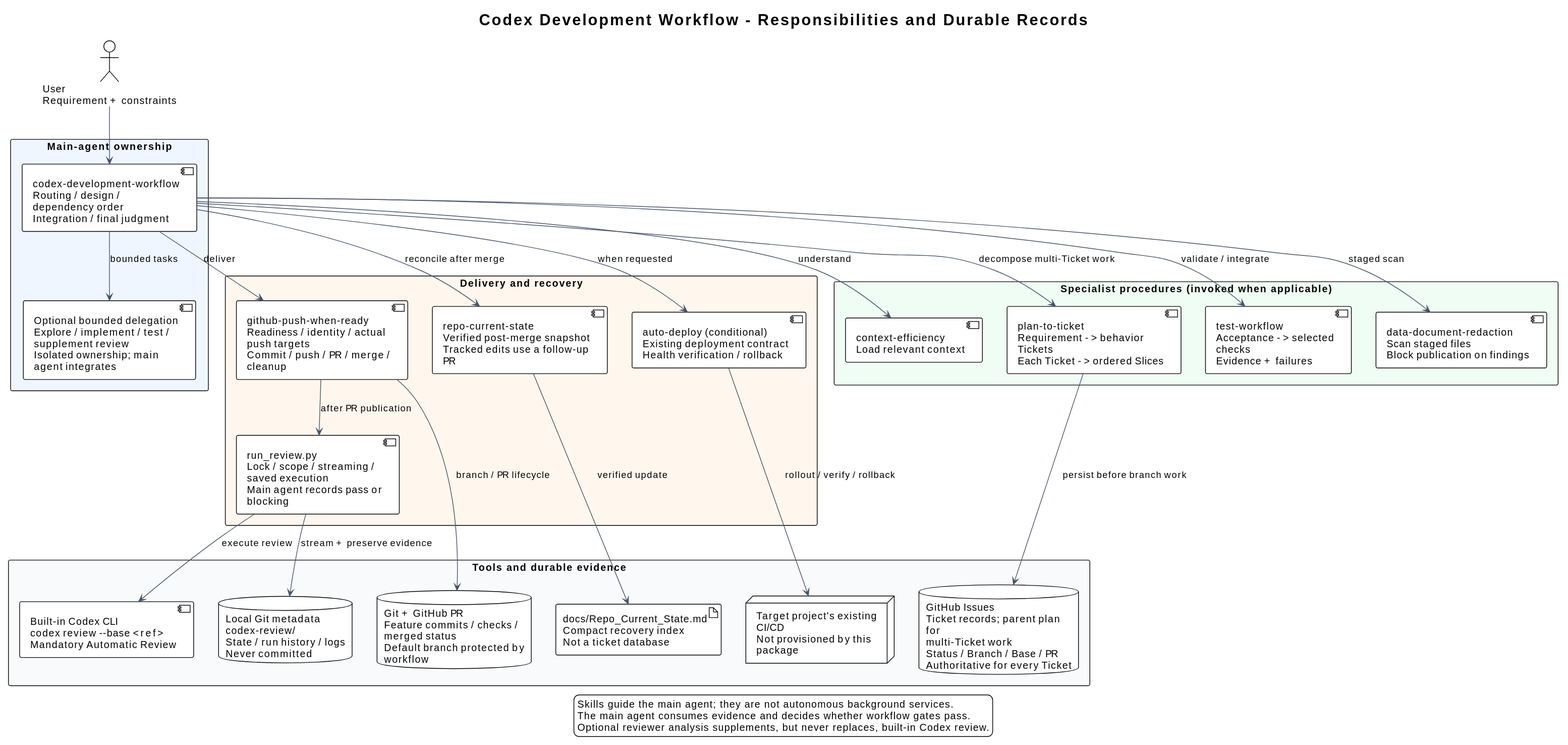
i-zrhe2016/codex-development-workflow keeps this PlantUML diagram as docs/diagrams/components.svg. Above is the earlier version.
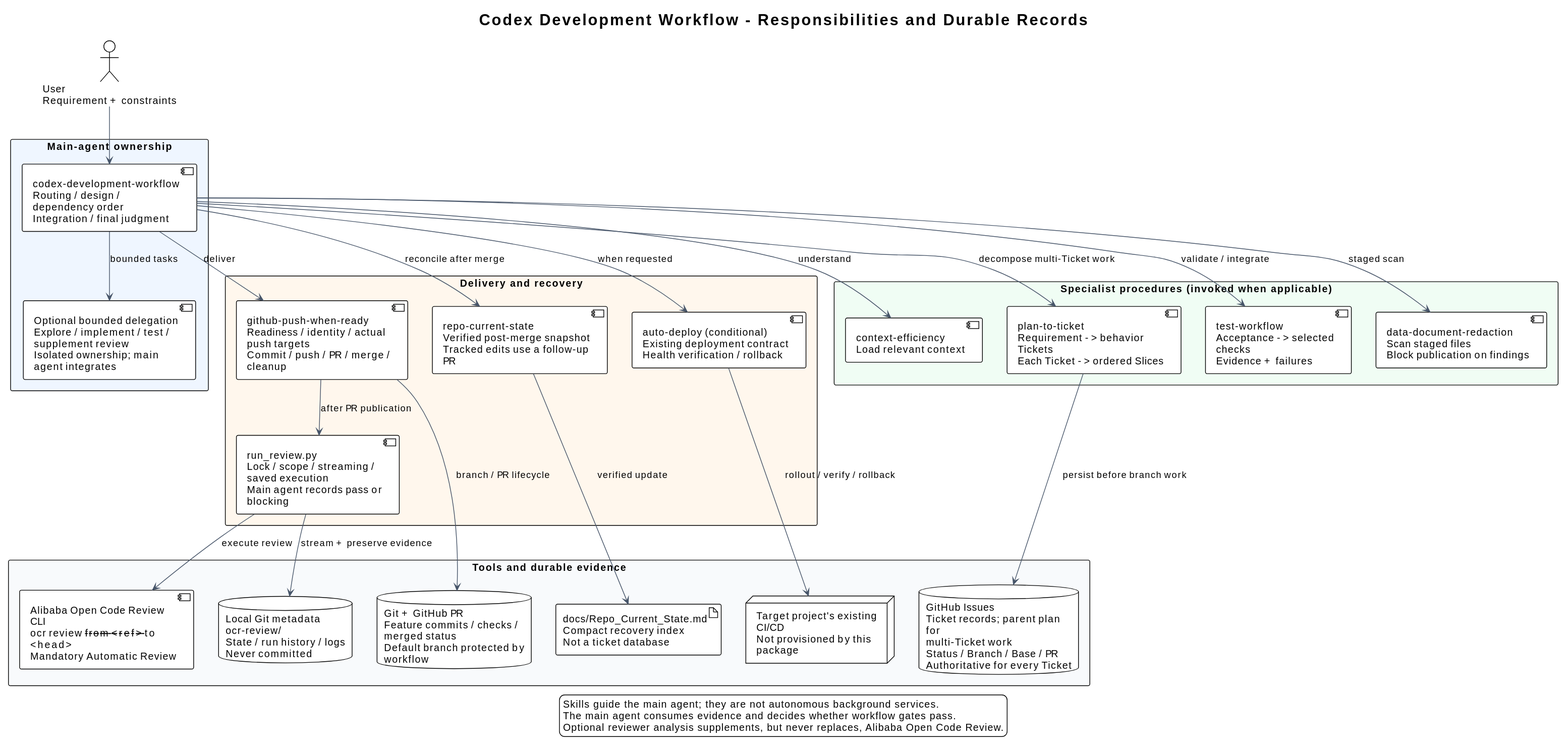
Above is the later version.

The edit, as a diff of the source:
```diff
@@ -28,8 +28,8 @@
 package "Tools and durable evidence" #F8FAFC {
   database "GitHub Issues\nTicket records; parent plan for\nmulti-Ticket work\nStatus / Branch / Base / PR\nAuthoritative for every Ticket" as issues
   database "Git + GitHub PR\nFeature commits / checks / merged status\nDefault branch protected by workflow" as github
-  component "Built-in Codex CLI\ncodex review --base <ref>\nMandatory Automatic Review" as cli
-  database "Local Git metadata\ncodex-review/\nState / run history / logs\nNever committed" as logs
+  component "Alibaba Open Code Review CLI\nocr review --from <ref> --to <head>\nMandatory Automatic Review" as cli
+  database "Local Git metadata\nocr-review/\nState / run history / logs\nNever committed" as logs
   artifact "docs/Repo_Current_State.md\nCompact recovery index\nNot a ticket database" as snapshot
   node "Target project's existing CI/CD\nNot provisioned by this package" as cicd
 }
@@ -53,6 +53,6 @@
 legend bottom
 Skills guide the main agent; they are not autonomous background services.
 The main agent consumes evidence and decides whether workflow gates pass.
-Optional reviewer analysis supplements, but never replaces, built-in Codex review.
+Optional reviewer analysis supplements, but never replaces, Alibaba Open Code Review.
 endlegend
 @enduml
```
